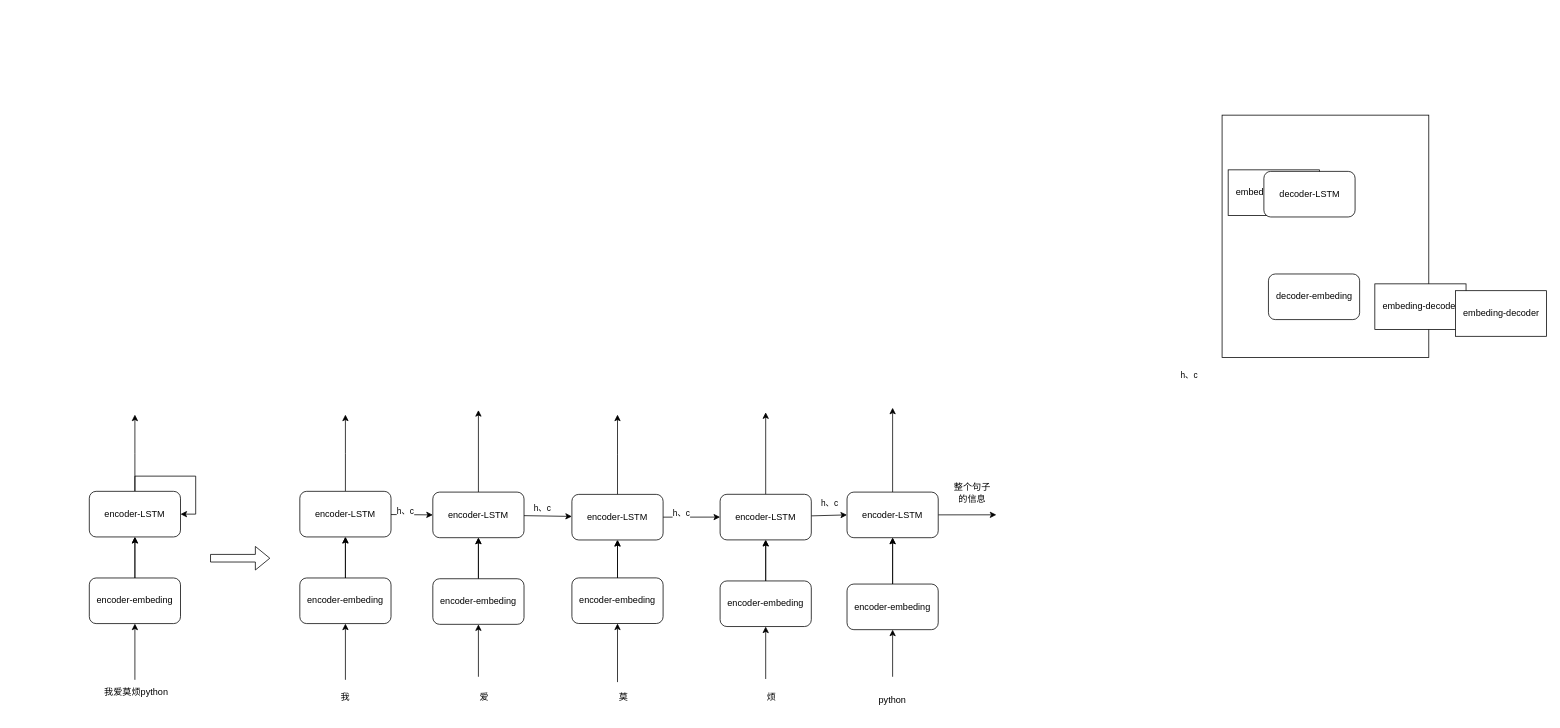
SixPlusAndTimes/drawio keeps this draw.io diagram as 实验室/NPL/seq2seq/seq2seq-莫烦教程-分析.drawio. Above is the earlier version. Source tidied: cells renumbered, new cells numbered last; positions are measured from the earlier drawing's top-left corner, leaving out a move shared by most shapes. Both pictures are drawn from the tidied source at 76%, with x=0, y=0 at pixel (89, 115).
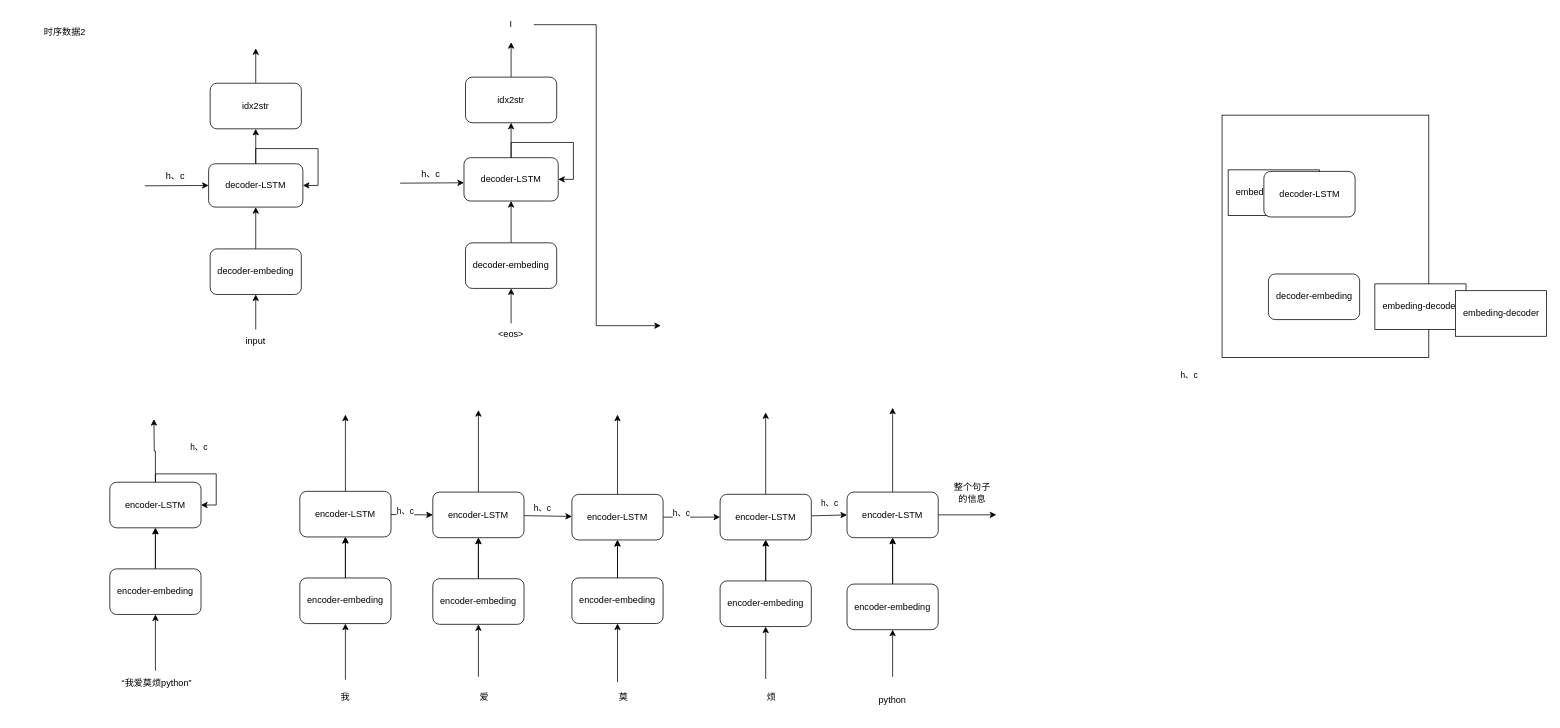
The same page after the edit.

Commit message:
Update seq2seq-莫烦教程-分析.drawio

Change to the diagram source:
```diff
@@
     <mxCell id="57" value="encoder-embeding" style="rounded=1;whiteSpace=wrap;html=1;" parent="1" vertex="1">
-      <mxGeometry y="609" width="120" height="60" as="geometry" />
+      <mxGeometry x="27" y="597" width="120" height="60" as="geometry" />
     </mxCell>
-    <mxCell id="58" style="edgeStyle=orthogonalEdgeStyle;rounded=0;jettySize=auto;html=1;exitX=0.5;exitY=0;exitDx=0;exitDy=0;" parent="1" edge="1" source="60">
-      <mxGeometry relative="1" as="geometry">
-        <mxPoint x="60" y="394" as="targetPoint" />
-      </mxGeometry>
-    </mxCell>
     <mxCell id="59" style="edgeStyle=orthogonalEdgeStyle;rounded=0;orthogonalLoop=1;jettySize=auto;html=1;exitX=0.5;exitY=0;exitDx=0;exitDy=0;entryX=1;entryY=0.5;entryDx=0;entryDy=0;" parent="1" edge="1" source="60" target="60">
-      <mxGeometry relative="1" as="geometry" />
+      <mxGeometry relative="1" as="geometry">
+        <Array as="points">
+          <mxPoint x="87" y="472" />
+          <mxPoint x="167" y="472" />
+          <mxPoint x="167" y="513" />
+        </Array>
+      </mxGeometry>
     </mxCell>
+    <mxCell id="64" style="edgeStyle=orthogonalEdgeStyle;rounded=0;jettySize=auto;html=1;exitX=0.5;exitY=0;exitDx=0;exitDy=0;" parent="1" edge="1" source="60">
+      <mxGeometry relative="1" as="geometry">
+        <mxPoint x="85" y="400" as="targetPoint" />
+      </mxGeometry>
+    </mxCell>
+    <mxCell id="65" value="h、c" style="edgeLabel;html=1;align=center;verticalAlign=middle;" parent="64" vertex="1">
+      <mxGeometry x="0.74" relative="1" as="geometry">
+        <mxPoint x="58" y="26" as="offset" />
+      </mxGeometry>
+    </mxCell>
     <mxCell id="60" value="encoder-LSTM" style="rounded=1;whiteSpace=wrap;html=1;" parent="1" vertex="1">
-      <mxGeometry y="495" width="120" height="60" as="geometry" />
+      <mxGeometry x="27" y="483" width="120" height="60" as="geometry" />
     </mxCell>
     <mxCell id="61" style="endArrow=classic;html=1;rounded=0;entryX=0.5;entryY=1;entryDx=0;entryDy=0;" parent="1" edge="1" target="57">
       <mxGeometry relative="1" as="geometry">
-        <mxPoint x="60" y="743" as="sourcePoint" />
+        <mxPoint x="87" y="731" as="sourcePoint" />
       </mxGeometry>
     </mxCell>
-    <mxCell id="62" value="我爱莫烦python" style="text;html=1;strokeColor=none;fillColor=none;align=center;verticalAlign=middle;whiteSpace=wrap;rounded=0;" parent="1" vertex="1">
-      <mxGeometry x="13" y="746" width="98" height="27" as="geometry" />
+    <mxCell id="62" value="“我爱莫烦python”" style="text;html=1;strokeColor=none;fillColor=none;align=center;verticalAlign=middle;whiteSpace=wrap;rounded=0;" parent="1" vertex="1">
+      <mxGeometry x="40" y="734" width="98" height="27" as="geometry" />
     </mxCell>
-    <mxCell id="63" style="shape=flexArrow;endArrow=classic;html=1;rounded=0;" parent="1" edge="1">
-      <mxGeometry relative="1" as="geometry">
-        <mxPoint x="159" y="583" as="sourcePoint" />
-        <mxPoint x="238" y="583" as="targetPoint" />
-      </mxGeometry>
-    </mxCell>
+    <mxCell id="66" style="edgeStyle=orthogonalEdgeStyle;rounded=0;jettySize=auto;html=1;entryX=0.5;entryY=1;entryDx=0;entryDy=0;" parent="1" edge="1" source="67" target="69">
+      <mxGeometry relative="1" as="geometry" />
+    </mxCell>
+    <mxCell id="67" value="decoder-embeding" style="rounded=1;whiteSpace=wrap;html=1;" parent="1" vertex="1">
+      <mxGeometry x="159" y="176" width="120" height="60" as="geometry" />
+    </mxCell>
+    <mxCell id="68" style="edgeStyle=orthogonalEdgeStyle;rounded=0;jettySize=auto;html=1;" parent="1" edge="1" source="69" target="71">
+      <mxGeometry relative="1" as="geometry" />
+    </mxCell>
+    <mxCell id="69" value="decoder-LSTM" style="rounded=1;whiteSpace=wrap;html=1;" parent="1" vertex="1">
+      <mxGeometry x="157" y="64" width="124" height="57" as="geometry" />
+    </mxCell>
+    <mxCell id="70" style="rounded=0;jettySize=auto;html=1;exitX=0.5;exitY=0;exitDx=0;exitDy=0;" parent="1" edge="1" source="71">
+      <mxGeometry relative="1" as="geometry">
+        <mxPoint x="219" y="-88" as="targetPoint" />
+      </mxGeometry>
+    </mxCell>
+    <mxCell id="71" value="idx2str" style="rounded=1;whiteSpace=wrap;html=1;" parent="1" vertex="1">
+      <mxGeometry x="159" y="-42" width="120" height="60" as="geometry" />
+    </mxCell>
+    <mxCell id="72" style="edgeStyle=orthogonalEdgeStyle;rounded=0;orthogonalLoop=1;jettySize=auto;html=1;exitX=0.5;exitY=0;exitDx=0;exitDy=0;entryX=1;entryY=0.5;entryDx=0;entryDy=0;" parent="1" edge="1" source="69" target="69">
+      <mxGeometry relative="1" as="geometry" />
+    </mxCell>
+    <mxCell id="73" value="时序数据2" style="text;html=1;strokeColor=none;fillColor=none;align=center;verticalAlign=middle;whiteSpace=wrap;rounded=0;" parent="1" vertex="1">
+      <mxGeometry x="-100" y="-126" width="136" height="34" as="geometry" />
+    </mxCell>
+    <mxCell id="74" style="edgeStyle=orthogonalEdgeStyle;rounded=0;jettySize=auto;html=1;entryX=0.5;entryY=1;entryDx=0;entryDy=0;" parent="1" edge="1" source="75" target="67">
+      <mxGeometry relative="1" as="geometry" />
+    </mxCell>
+    <mxCell id="75" value="input" style="text;html=1;strokeColor=none;fillColor=none;align=center;verticalAlign=middle;whiteSpace=wrap;rounded=0;" parent="1" vertex="1">
+      <mxGeometry x="189" y="282" width="60" height="30" as="geometry" />
+    </mxCell>
+    <mxCell id="76" style="edgeStyle=orthogonalEdgeStyle;rounded=0;jettySize=auto;html=1;entryX=0.5;entryY=1;entryDx=0;entryDy=0;" parent="1" edge="1" source="77" target="79">
+      <mxGeometry relative="1" as="geometry" />
+    </mxCell>
+    <mxCell id="77" value="decoder-embeding" style="rounded=1;whiteSpace=wrap;html=1;" parent="1" vertex="1">
+      <mxGeometry x="495" y="168" width="120" height="60" as="geometry" />
+    </mxCell>
+    <mxCell id="78" style="edgeStyle=orthogonalEdgeStyle;rounded=0;jettySize=auto;html=1;" parent="1" edge="1" source="79" target="81">
+      <mxGeometry relative="1" as="geometry" />
+    </mxCell>
+    <mxCell id="79" value="decoder-LSTM" style="rounded=1;whiteSpace=wrap;html=1;" parent="1" vertex="1">
+      <mxGeometry x="493" y="56" width="124" height="57" as="geometry" />
+    </mxCell>
+    <mxCell id="80" style="rounded=0;jettySize=auto;html=1;exitX=0.5;exitY=0;exitDx=0;exitDy=0;" parent="1" edge="1" source="81">
+      <mxGeometry relative="1" as="geometry">
+        <mxPoint x="555" y="-96" as="targetPoint" />
+      </mxGeometry>
+    </mxCell>
+    <mxCell id="81" value="idx2str" style="rounded=1;whiteSpace=wrap;html=1;" parent="1" vertex="1">
+      <mxGeometry x="495" y="-50" width="120" height="60" as="geometry" />
+    </mxCell>
+    <mxCell id="82" style="edgeStyle=orthogonalEdgeStyle;rounded=0;orthogonalLoop=1;jettySize=auto;html=1;exitX=0.5;exitY=0;exitDx=0;exitDy=0;entryX=1;entryY=0.5;entryDx=0;entryDy=0;" parent="1" edge="1" source="79" target="79">
+      <mxGeometry relative="1" as="geometry" />
+    </mxCell>
+    <mxCell id="83" style="edgeStyle=orthogonalEdgeStyle;rounded=0;jettySize=auto;html=1;entryX=0.5;entryY=1;entryDx=0;entryDy=0;" parent="1" edge="1" source="84" target="77">
+      <mxGeometry relative="1" as="geometry" />
+    </mxCell>
+    <mxCell id="84" value="&amp;lt;eos&amp;gt;" style="text;html=1;strokeColor=none;fillColor=none;align=center;verticalAlign=middle;whiteSpace=wrap;rounded=0;" parent="1" vertex="1">
+      <mxGeometry x="525" y="274" width="60" height="30" as="geometry" />
+    </mxCell>
+    <mxCell id="85" style="endArrow=classic;html=1;rounded=0;entryX=0;entryY=0.5;entryDx=0;entryDy=0;" parent="1" edge="1" target="69">
+      <mxGeometry relative="1" as="geometry">
+        <mxPoint x="73" y="93" as="sourcePoint" />
+      </mxGeometry>
+    </mxCell>
+    <mxCell id="86" value="h、c" style="text;html=1;align=center;verticalAlign=middle;strokeColor=none;fillColor=none;" parent="1" vertex="1">
+      <mxGeometry x="95" y="72" width="35" height="18" as="geometry" />
+    </mxCell>
+    <mxCell id="87" value="h、c" style="text;html=1;align=center;verticalAlign=middle;strokeColor=none;fillColor=none;" parent="1" vertex="1">
+      <mxGeometry x="431" y="68.5" width="35" height="18" as="geometry" />
+    </mxCell>
+    <mxCell id="88" style="endArrow=classic;html=1;rounded=0;entryX=0;entryY=0.5;entryDx=0;entryDy=0;" parent="1" edge="1">
+      <mxGeometry relative="1" as="geometry">
+        <mxPoint x="409" y="89.5" as="sourcePoint" />
+        <mxPoint x="493" y="89" as="targetPoint" />
+      </mxGeometry>
+    </mxCell>
+    <mxCell id="89" style="edgeStyle=orthogonalEdgeStyle;rounded=0;jettySize=auto;html=1;" parent="1" edge="1" source="90">
+      <mxGeometry relative="1" as="geometry">
+        <mxPoint x="752" y="277" as="targetPoint" />
+        <Array as="points">
+          <mxPoint x="667" y="-119" />
+          <mxPoint x="667" y="277" />
+        </Array>
+      </mxGeometry>
+    </mxCell>
+    <mxCell id="90" value="I" style="text;html=1;strokeColor=none;fillColor=none;align=center;verticalAlign=middle;whiteSpace=wrap;rounded=0;" parent="1" vertex="1">
+      <mxGeometry x="525" y="-134" width="60" height="30" as="geometry" />
+    </mxCell>
```
